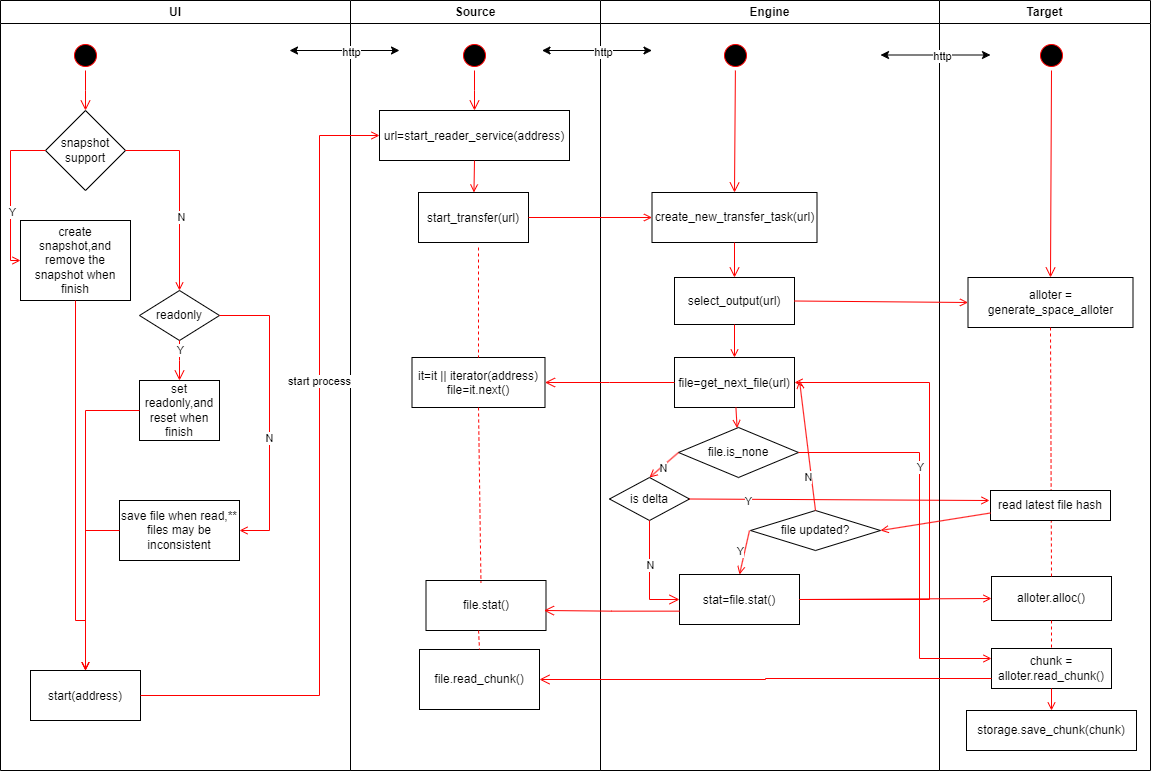
Before: doc/PM/backup/backup_framework/draft.drawio.png, a diagram exported from draw.io (buckyos/buckyos). Source tidied: cells renumbered, new cells last; positions are measured from the earlier drawing's top-left corner, leaving out a move shared by most shapes.
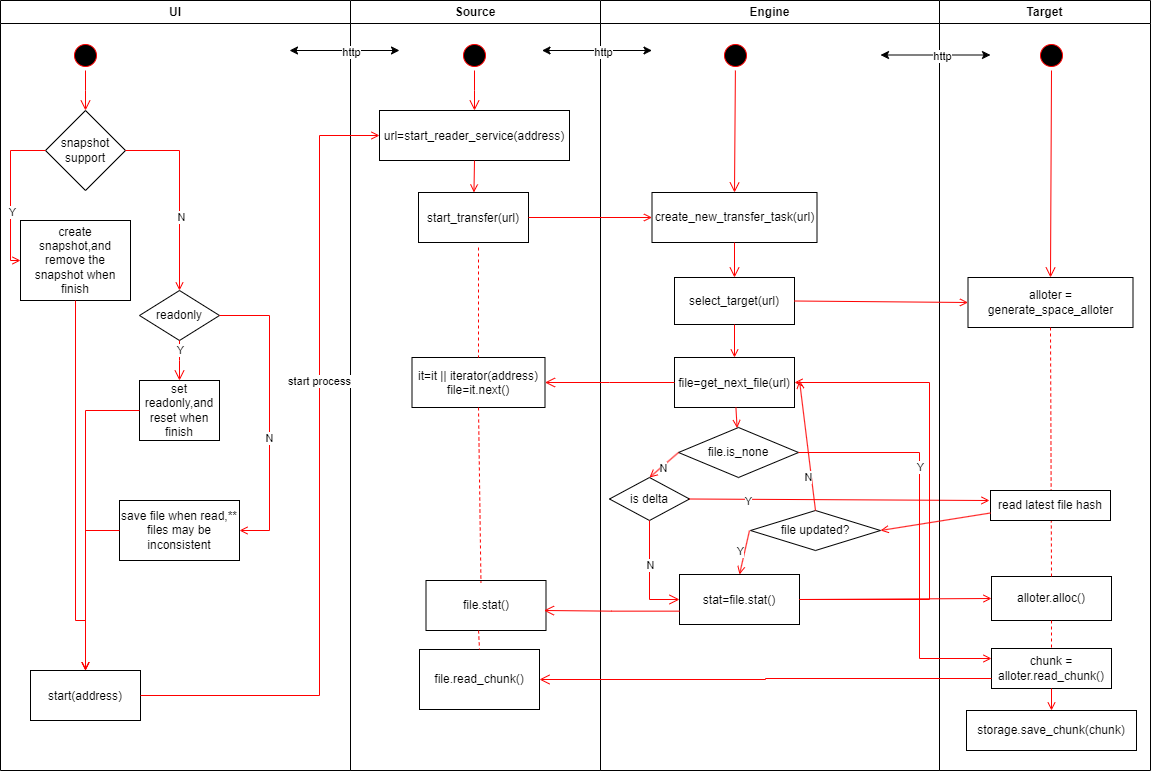
Later version of the same file.

Commit message:
rename `output` to `target`

Change to the diagram source:
```diff
@@ -153,7 +153,7 @@
         </Array>
       </mxGeometry>
     </mxCell>
-    <mxCell id="42" value="select_output(url)" style="rounded=0;whiteSpace=wrap;html=1;" parent="34" vertex="1">
+    <mxCell id="42" value="select_target(url)" style="rounded=0;whiteSpace=wrap;html=1;" parent="34" vertex="1">
       <mxGeometry x="74" y="277" width="120" height="47" as="geometry" />
     </mxCell>
     <mxCell id="43" style="edgeStyle=elbowEdgeStyle;elbow=horizontal;verticalAlign=bottom;endArrow=open;endSize=8;strokeColor=#FF0000;endFill=1;rounded=0;exitX=0.5;exitY=1;exitDx=0;exitDy=0;entryX=0.5;entryY=0;entryDx=0;entryDy=0;" parent="34" edge="1" source="39" target="42">
```
